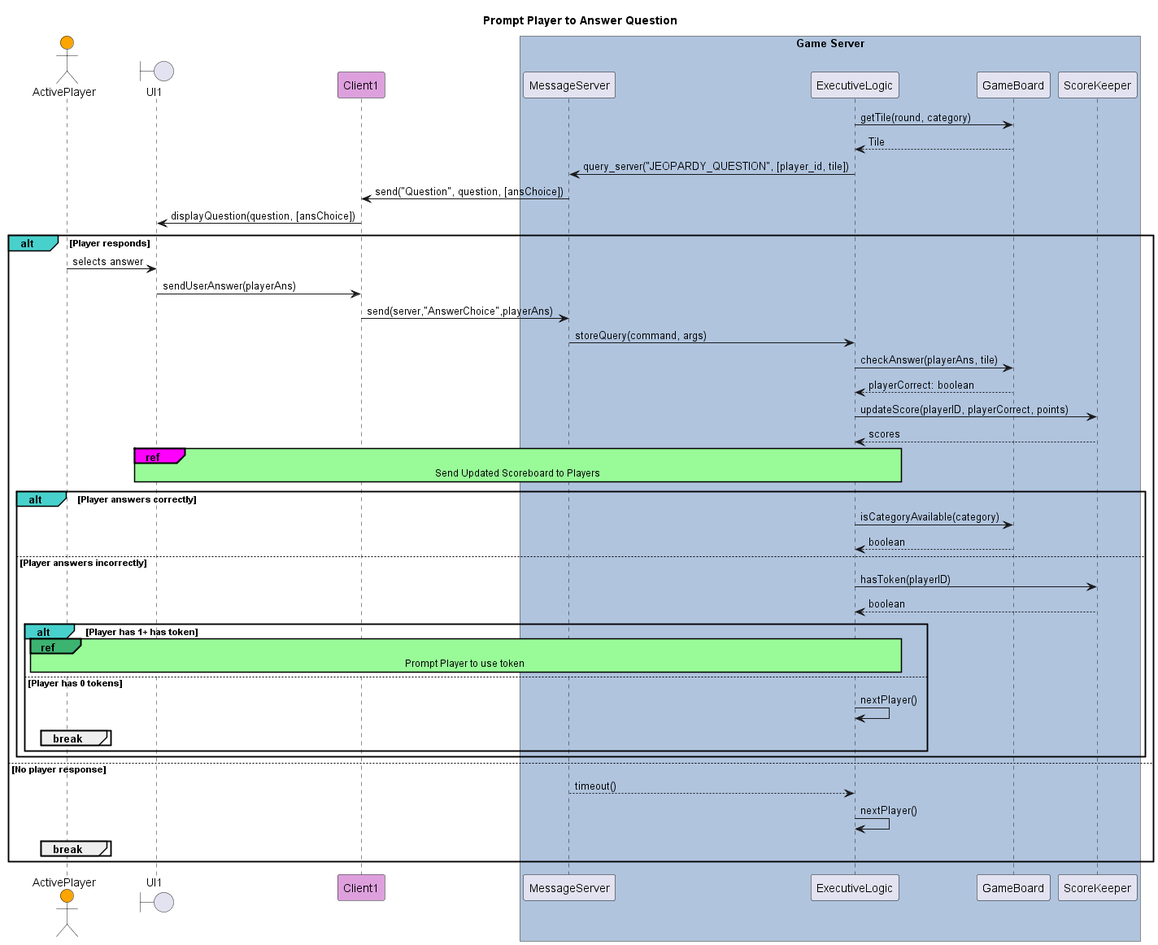
This is out/diagrams/seq-diagram-Player-answers-quest/Prompt Player to Answer Question.png from poszy/def_spinit_project, a PlantUML export, as it was before one commit. The source it was exported from:
```plantuml
@startuml  Prompt Player to Answer Question
title  Prompt Player to Answer Question
skinparam sequenceReferenceBackgroundColor palegreen
skinparam sequenceReferenceHeaderBackgroundColor  mediumseagreen

actor ActivePlayer as Player1 #Orange

boundary    UI1

participant Client1 #Plum

box "Game Server" #LightSteelBlue
participant MessageServer as Server
participant ExecutiveLogic
participant GameBoard
participant ScoreKeeper
end box


ExecutiveLogic -> GameBoard: getTile(round, category)
ExecutiveLogic <-- GameBoard: Tile

Server <- ExecutiveLogic: query_server("JEOPARDY_QUESTION", [player_id, tile])

Client1 <- Server: send("Question", question, [ansChoice])
UI1 <- Client1: displayQuestion(question, [ansChoice])

    alt#MediumTurquoise Player responds

    Player1 -> UI1: selects answer
        UI1 -> Client1: sendUserAnswer(playerAns)
        Client1 -> Server: send(server,"AnswerChoice",playerAns)
        Server -> ExecutiveLogic: storeQuery(command, args)


        ExecutiveLogic -> GameBoard : checkAnswer(playerAns, tile)
        ExecutiveLogic <-- GameBoard : playerCorrect: boolean
        ExecutiveLogic -> ScoreKeeper : updateScore(playerID, playerCorrect, points)
        ExecutiveLogic <-- ScoreKeeper: scores

        ref#Magenta over UI1, ExecutiveLogic
            Send Updated Scoreboard to Players
        end ref

        alt#MediumTurquoise Player answers correctly
            ExecutiveLogic -> GameBoard: isCategoryAvailable(category)
            ExecutiveLogic <-- GameBoard: boolean

        else Player answers incorrectly
            ExecutiveLogic -> ScoreKeeper : hasToken(playerID)
            ExecutiveLogic  <-- ScoreKeeper : boolean

            alt#MediumTurquoise Player has 1+ has token
                ref over Player1, ExecutiveLogic #PaleGreen
                    Prompt Player to use token
                end ref
            else Player has 0 tokens
                ExecutiveLogic -> ExecutiveLogic: nextPlayer()
            break
            end


            end
        end

    else No player response
        Server --> ExecutiveLogic: timeout()
        ExecutiveLogic -> ExecutiveLogic: nextPlayer()
        break
        end
    end

@enduml
```
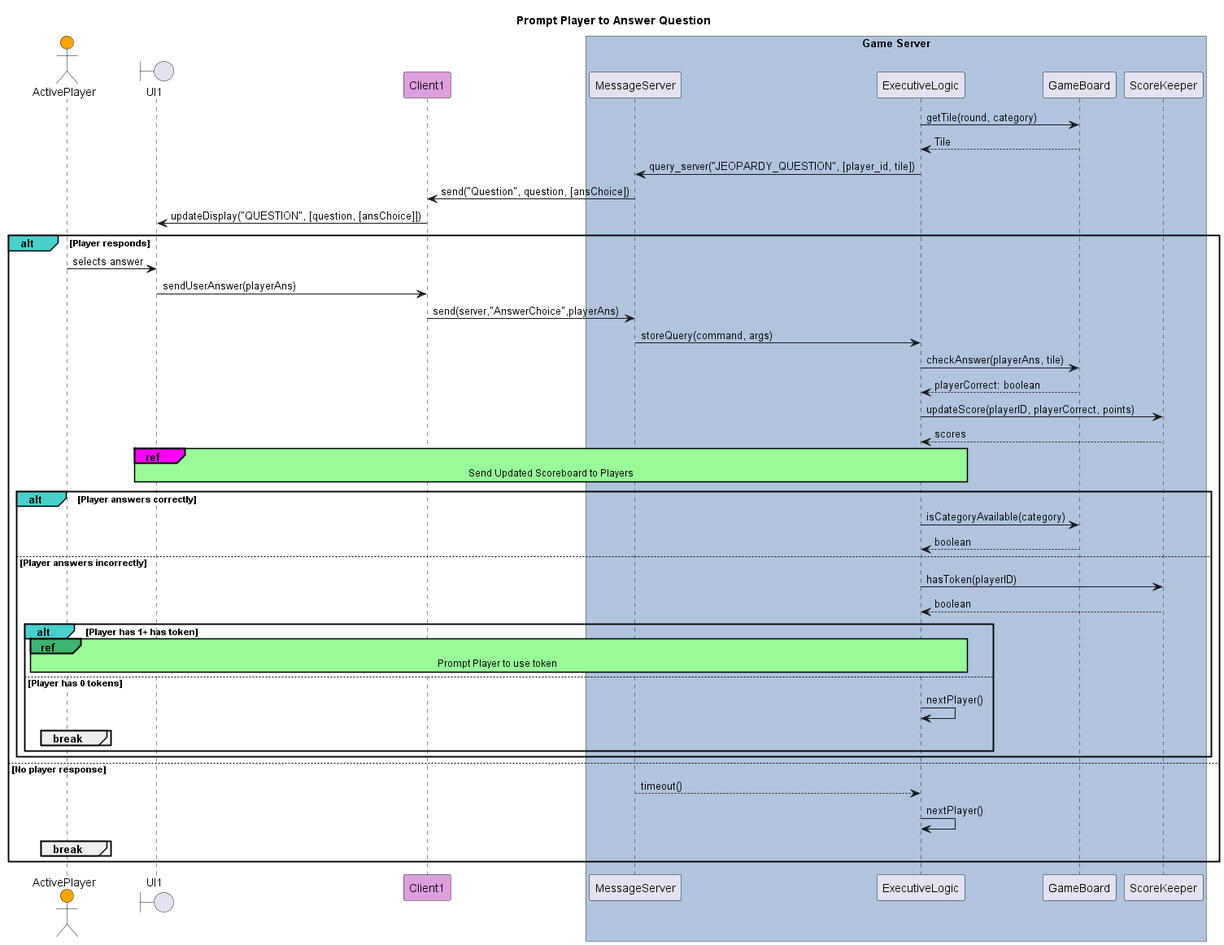
Later version of the same file.

Change to the diagram source:
```diff
@@ -23,7 +23,7 @@
 Server <- ExecutiveLogic: query_server("JEOPARDY_QUESTION", [player_id, tile])
 
 Client1 <- Server: send("Question", question, [ansChoice])
-UI1 <- Client1: displayQuestion(question, [ansChoice])
+UI1 <- Client1: updateDisplay("QUESTION", [question, [ansChoice]])
 
     alt#MediumTurquoise Player responds
 
```
